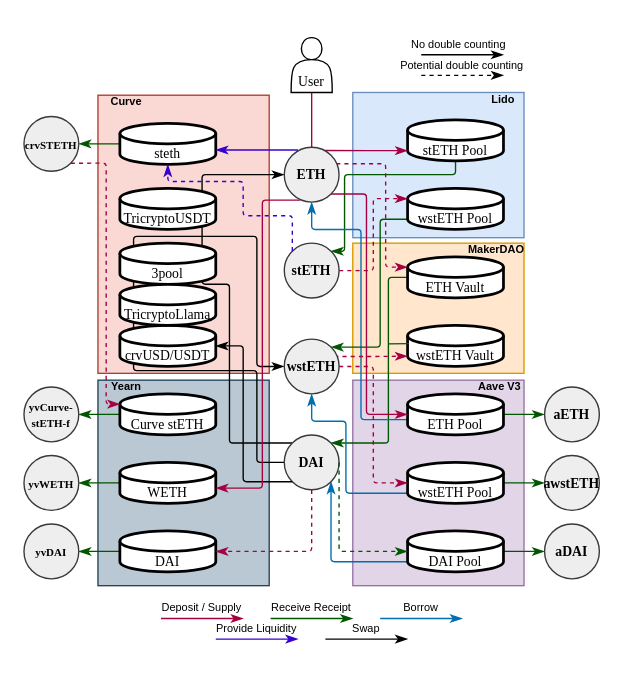
Before: diagrams/complexity.drawio in lyc0603/tvl-measurement, a draw.io diagram. Source tidied: cells renumbered, new cells numbered last; positions are measured from the earlier drawing's top-left corner, leaving out a move shared by most shapes. Both pictures are drawn from the tidied source at 137%, with x=0, y=0 at pixel (23, 26).
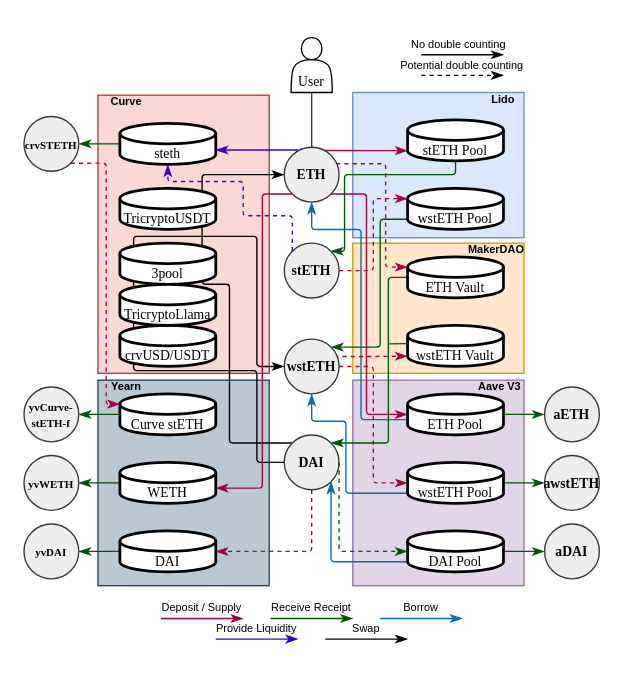
The same diagram, later.

Commit message (it also covers changes not shown here):
update diagram of complexity

Unchanged cells that the change refers to:
```xml
<mxCell id="65" value="&lt;b style=&quot;font-size: 10px;&quot;&gt;ETH&lt;/b&gt;" style="ellipse;whiteSpace=wrap;html=1;labelBackgroundColor=none;labelBorderColor=none;fillColor=#eeeeee;strokeColor=#36393d;fontSize=10;fontFamily=Times New Roman;rounded=0;" parent="1" vertex="1">
  <mxGeometry x="190" y="88" width="40" height="40" as="geometry" />
</mxCell>
<mxCell id="67" value="&lt;b&gt;DAI&lt;/b&gt;" style="ellipse;whiteSpace=wrap;html=1;labelBackgroundColor=none;labelBorderColor=none;fillColor=#eeeeee;strokeColor=#36393d;fontSize=10;fontFamily=Times New Roman;rounded=0;" parent="1" vertex="1">
  <mxGeometry x="190" y="298" width="40" height="40" as="geometry" />
</mxCell>
<mxCell id="76" value="WETH" style="shape=cylinder3;whiteSpace=wrap;html=1;boundedLbl=1;backgroundOutline=1;size=7.5;strokeWidth=2;fontFamily=Times New Roman;fontStyle=0;fontSize=10;rounded=0;" parent="1" vertex="1">
  <mxGeometry x="70" y="318" width="70" height="30" as="geometry" />
</mxCell>
<mxCell id="85" value="crvUSD/USDT" style="shape=cylinder3;whiteSpace=wrap;html=1;boundedLbl=1;backgroundOutline=1;size=7.5;strokeWidth=2;fontFamily=Times New Roman;fontStyle=0;fontSize=10;rounded=0;" parent="1" vertex="1">
  <mxGeometry x="70" y="218" width="70" height="30" as="geometry" />
</mxCell>
```

Diff of the diagram source:
```diff
@@
-    <mxCell id="74" style="edgeStyle=orthogonalEdgeStyle;rounded=1;jettySize=auto;html=1;exitX=0;exitY=1;exitDx=0;exitDy=0;entryX=1;entryY=0.5;entryDx=0;entryDy=0;entryPerimeter=0;endArrow=classicThin;endFill=1;arcSize=5;" parent="1" edge="1" source="67" target="85">
-      <mxGeometry relative="1" as="geometry">
-        <Array as="points">
-          <mxPoint x="160" y="332" />
-          <mxPoint x="160" y="233" />
-        </Array>
-      </mxGeometry>
-    </mxCell>
@@
-    <mxCell id="77" style="edgeStyle=orthogonalEdgeStyle;rounded=1;jettySize=auto;html=1;exitX=0.291;exitY=0.964;exitDx=0;exitDy=0;exitPerimeter=0;endArrow=classicThin;endFill=1;arcSize=5;fillColor=#d80073;strokeColor=#A50040;entryX=1;entryY=0;entryDx=0;entryDy=18.75;entryPerimeter=0;" parent="1" edge="1" source="65" target="76">
+    <mxCell id="77" style="edgeStyle=orthogonalEdgeStyle;rounded=1;jettySize=auto;html=1;exitX=0;exitY=1;exitDx=0;exitDy=0;endArrow=classicThin;endFill=1;arcSize=5;fillColor=#d80073;strokeColor=#A50040;entryX=1;entryY=0;entryDx=0;entryDy=18.75;entryPerimeter=0;" parent="1" edge="1" source="65" target="76">
       <mxGeometry relative="1" as="geometry">
         <Array as="points">
-          <mxPoint x="174" y="127" />
+          <mxPoint x="174" y="122" />
           <mxPoint x="174" y="337" />
         </Array>
       </mxGeometry>
     </mxCell>
```
